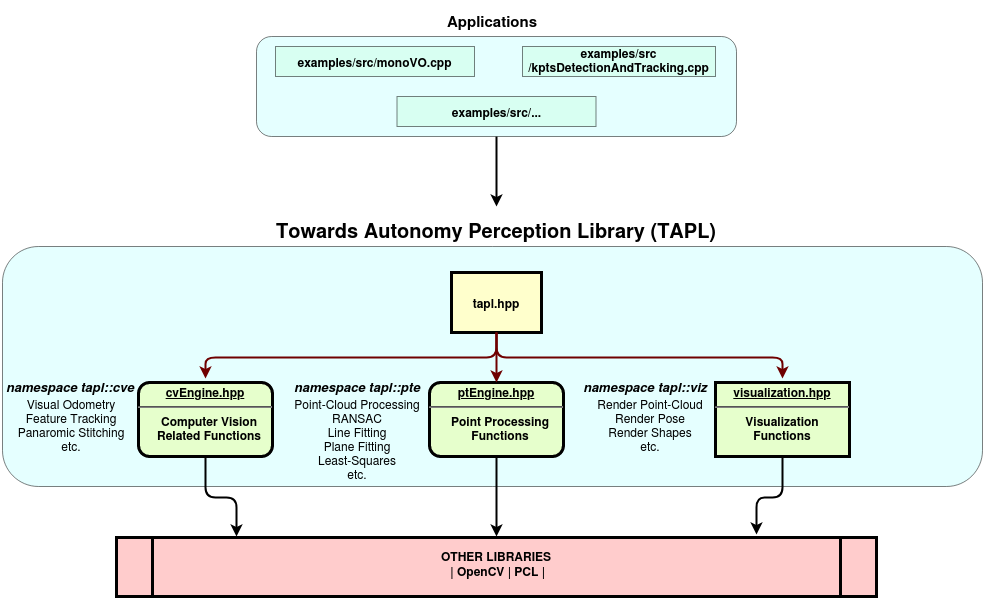
Above: doc/tapl_architecture.png in towardsautonomy/TAPL (draw.io), before the change. Source tidied: cells renumbered, new cells last; positions are measured from the earlier drawing's top-left corner, leaving out a move shared by most shapes.
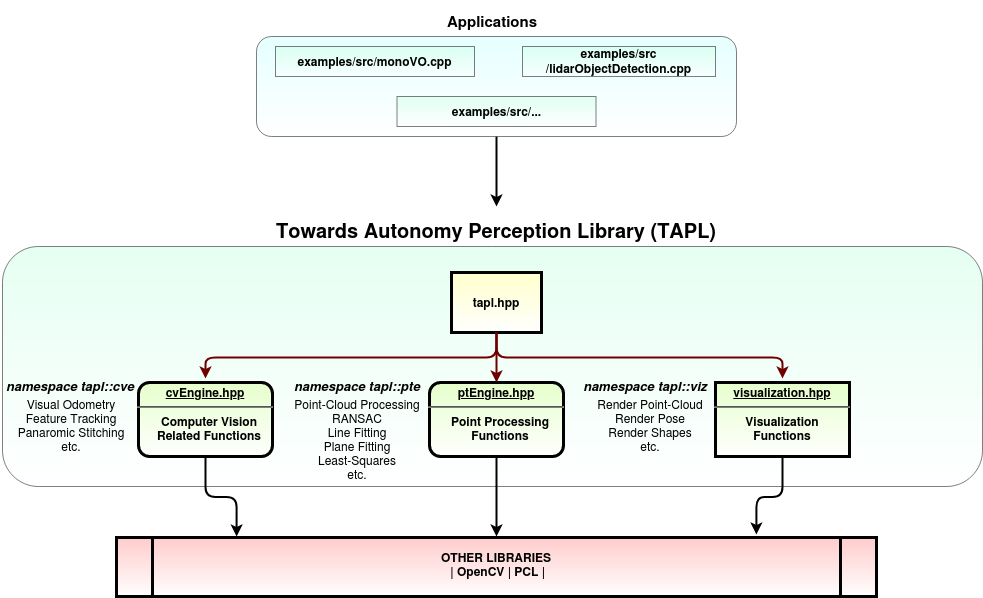
After the commit.

Diff of the diagram source:
```diff
@@ -2,19 +2,19 @@
   <root>
     <mxCell id="0" />
     <mxCell id="1" parent="0" />
-    <mxCell id="2" style="rounded=1;whiteSpace=wrap;html=1;fontSize=10;fillColor=#CCFFFF;opacity=50;" parent="1" vertex="1">
+    <mxCell id="2" style="rounded=1;whiteSpace=wrap;html=1;fontSize=10;fillColor=#CCFFE6;opacity=50;gradientColor=#ffffff;" parent="1" vertex="1">
       <mxGeometry x="2" y="240" width="980" height="240" as="geometry" />
     </mxCell>
     <mxCell id="3" style="edgeStyle=orthogonalEdgeStyle;rounded=1;jumpSize=6;jettySize=auto;html=0;exitX=0.5;exitY=1;exitDx=0;exitDy=0;entryX=0.158;entryY=-0.017;entryDx=0;entryDy=0;entryPerimeter=0;startSize=6;endSize=6;targetPerimeterSpacing=5;strokeWidth=2;fontSize=10;" parent="1" edge="1" source="4" target="6">
       <mxGeometry relative="1" as="geometry" />
     </mxCell>
-    <mxCell id="4" value="&lt;p style=&quot;margin: 0px ; margin-top: 4px ; text-align: center ; text-decoration: underline&quot;&gt;&lt;strong&gt;cvEngine.hpp&lt;br&gt;&lt;/strong&gt;&lt;/p&gt;&lt;hr&gt;&lt;p style=&quot;margin: 0px ; margin-left: 8px&quot;&gt;Computer Vision &lt;br&gt;&lt;/p&gt;&lt;p style=&quot;margin: 0px ; margin-left: 8px&quot;&gt;Related Functions&lt;br&gt;&lt;/p&gt;" style="verticalAlign=middle;align=center;overflow=fill;fontSize=12;fontFamily=Helvetica;html=1;rounded=1;fontStyle=1;strokeWidth=3;fillColor=#E6FFCC;" parent="1" vertex="1">
+    <mxCell id="4" value="&lt;p style=&quot;margin: 0px ; margin-top: 4px ; text-align: center ; text-decoration: underline&quot;&gt;&lt;strong&gt;cvEngine.hpp&lt;br&gt;&lt;/strong&gt;&lt;/p&gt;&lt;hr&gt;&lt;p style=&quot;margin: 0px ; margin-left: 8px&quot;&gt;Computer Vision &lt;br&gt;&lt;/p&gt;&lt;p style=&quot;margin: 0px ; margin-left: 8px&quot;&gt;Related Functions&lt;br&gt;&lt;/p&gt;" style="verticalAlign=middle;align=center;overflow=fill;fontSize=12;fontFamily=Helvetica;html=1;rounded=1;fontStyle=1;strokeWidth=3;fillColor=#E6FFCC;gradientColor=#ffffff;" parent="1" vertex="1">
       <mxGeometry x="138" y="376" width="134" height="74" as="geometry" />
     </mxCell>
-    <mxCell id="5" value="tapl.hpp" style="whiteSpace=wrap;align=center;verticalAlign=middle;fontStyle=1;strokeWidth=3;fillColor=#FFFFCC;" parent="1" vertex="1">
+    <mxCell id="5" value="tapl.hpp" style="whiteSpace=wrap;align=center;verticalAlign=middle;fontStyle=1;strokeWidth=3;fillColor=#FFFFCC;gradientColor=#ffffff;" parent="1" vertex="1">
       <mxGeometry x="451" y="266" width="90" height="60" as="geometry" />
     </mxCell>
-    <mxCell id="6" value="OTHER LIBRARIES &#10; | OpenCV | PCL |&#10;" style="shape=process;whiteSpace=wrap;align=center;verticalAlign=bottom;size=0.0475;fontStyle=1;strokeWidth=3;fillColor=#FFCCCC;" parent="1" vertex="1">
+    <mxCell id="6" value="OTHER LIBRARIES &#10; | OpenCV | PCL |&#10;" style="shape=process;whiteSpace=wrap;align=center;verticalAlign=bottom;size=0.0475;fontStyle=1;strokeWidth=3;fillColor=#FFCCCC;gradientColor=#ffffff;" parent="1" vertex="1">
       <mxGeometry x="116" y="531" width="760" height="59" as="geometry" />
     </mxCell>
     <mxCell id="7" value="Visual Odometry&#10;Feature Tracking&#10;Panaromic Stitching&#10;etc.&#10;" style="text;spacingTop=-5;align=center;" parent="1" vertex="1">
@@ -28,7 +28,7 @@
         <mxPoint x="496" y="530" as="targetPoint" />
       </mxGeometry>
     </mxCell>
-    <mxCell id="10" value="&lt;p style=&quot;margin: 0px ; margin-top: 4px ; text-align: center ; text-decoration: underline&quot;&gt;&lt;strong&gt;ptEngine.hpp&lt;br&gt;&lt;/strong&gt;&lt;/p&gt;&lt;hr&gt;&lt;p style=&quot;margin: 0px ; margin-left: 8px&quot;&gt;Point Processing&lt;/p&gt;&lt;p style=&quot;margin: 0px ; margin-left: 8px&quot;&gt;Functions&lt;br&gt;&lt;/p&gt;" style="verticalAlign=middle;align=center;overflow=fill;fontSize=12;fontFamily=Helvetica;html=1;rounded=1;fontStyle=1;strokeWidth=3;fillColor=#E6FFCC;" parent="1" vertex="1">
+    <mxCell id="10" value="&lt;p style=&quot;margin: 0px ; margin-top: 4px ; text-align: center ; text-decoration: underline&quot;&gt;&lt;strong&gt;ptEngine.hpp&lt;br&gt;&lt;/strong&gt;&lt;/p&gt;&lt;hr&gt;&lt;p style=&quot;margin: 0px ; margin-left: 8px&quot;&gt;Point Processing&lt;/p&gt;&lt;p style=&quot;margin: 0px ; margin-left: 8px&quot;&gt;Functions&lt;br&gt;&lt;/p&gt;" style="verticalAlign=middle;align=center;overflow=fill;fontSize=12;fontFamily=Helvetica;html=1;rounded=1;fontStyle=1;strokeWidth=3;fillColor=#E6FFCC;gradientColor=#ffffff;" parent="1" vertex="1">
       <mxGeometry x="429" y="376" width="134" height="74" as="geometry" />
     </mxCell>
     <mxCell id="11" style="edgeStyle=orthogonalEdgeStyle;elbow=horizontal;endArrow=classic;html=1;exitX=0.5;exitY=1;exitDx=0;exitDy=0;fillColor=#a20025;strokeColor=#6F0000;jumpSize=6;endSize=6;startSize=6;targetPerimeterSpacing=4;entryX=0.5;entryY=0;entryDx=0;entryDy=0;strokeWidth=2;" parent="1" edge="1" source="5" target="10">
@@ -40,7 +40,7 @@
     <mxCell id="13" style="edgeStyle=orthogonalEdgeStyle;rounded=1;jumpSize=6;jettySize=auto;html=0;entryX=0.842;entryY=-0.051;entryDx=0;entryDy=0;entryPerimeter=0;startSize=6;endSize=6;targetPerimeterSpacing=5;strokeWidth=2;fontSize=10;" parent="1" edge="1" source="14" target="6">
       <mxGeometry relative="1" as="geometry" />
     </mxCell>
-    <mxCell id="14" value="&lt;p style=&quot;margin: 0px ; margin-top: 4px ; text-align: center ; text-decoration: underline&quot;&gt;&lt;strong&gt;visualization.hpp&lt;br&gt;&lt;/strong&gt;&lt;/p&gt;&lt;hr&gt;&lt;div&gt;Visualization &lt;br&gt;&lt;/div&gt;&lt;div&gt;Functions&lt;/div&gt;" style="verticalAlign=middle;align=center;overflow=fill;fontSize=12;fontFamily=Helvetica;html=1;rounded=1;fontStyle=1;strokeWidth=3;fillColor=#E6FFCC;arcSize=0;" parent="1" vertex="1">
+    <mxCell id="14" value="&lt;p style=&quot;margin: 0px ; margin-top: 4px ; text-align: center ; text-decoration: underline&quot;&gt;&lt;strong&gt;visualization.hpp&lt;br&gt;&lt;/strong&gt;&lt;/p&gt;&lt;hr&gt;&lt;div&gt;Visualization &lt;br&gt;&lt;/div&gt;&lt;div&gt;Functions&lt;/div&gt;" style="verticalAlign=middle;align=center;overflow=fill;fontSize=12;fontFamily=Helvetica;html=1;rounded=1;fontStyle=1;strokeWidth=3;fillColor=#E6FFCC;arcSize=0;gradientColor=#ffffff;" parent="1" vertex="1">
       <mxGeometry x="715" y="376" width="134" height="74" as="geometry" />
     </mxCell>
     <mxCell id="15" value="Render Point-Cloud&#10;Render Pose&#10;Render Shapes&#10;etc.&#10;" style="text;spacingTop=-5;align=center;" parent="1" vertex="1">
@@ -57,19 +57,19 @@
         <mxPoint x="496" y="200" as="targetPoint" />
       </mxGeometry>
     </mxCell>
-    <mxCell id="19" style="rounded=1;whiteSpace=wrap;html=1;fontSize=10;fillColor=#CCFFFF;opacity=50;" parent="1" vertex="1">
+    <mxCell id="19" style="rounded=1;whiteSpace=wrap;html=1;fontSize=10;fillColor=#CCFFFF;opacity=50;gradientColor=#ffffff;" parent="1" vertex="1">
       <mxGeometry x="256" y="30" width="480" height="100" as="geometry" />
     </mxCell>
     <mxCell id="20" value="&lt;h2&gt;Applications&lt;/h2&gt;" style="text;html=1;strokeColor=none;fillColor=none;align=center;verticalAlign=middle;whiteSpace=wrap;rounded=0;fontSize=10;opacity=50;" parent="1" vertex="1">
       <mxGeometry x="27" width="930" height="30" as="geometry" />
     </mxCell>
-    <mxCell id="21" value="&lt;font style=&quot;font-size: 12px&quot;&gt;&lt;b&gt;examples/src/monoVO.cpp&lt;/b&gt;&lt;/font&gt;" style="rounded=0;whiteSpace=wrap;html=1;fillColor=#CCFFE6;fontSize=10;opacity=50;" parent="1" vertex="1">
+    <mxCell id="21" value="&lt;font style=&quot;font-size: 12px&quot;&gt;&lt;b&gt;examples/src/monoVO.cpp&lt;/b&gt;&lt;/font&gt;" style="rounded=0;whiteSpace=wrap;html=1;fillColor=#CCFFE6;fontSize=10;opacity=50;gradientColor=#ffffff;" parent="1" vertex="1">
       <mxGeometry x="275" y="40" width="199" height="30" as="geometry" />
     </mxCell>
-    <mxCell id="22" value="&lt;font style=&quot;font-size: 12px&quot;&gt;&lt;b&gt;examples/src/kptsDetectionAndTracking.cpp&lt;/b&gt;&lt;/font&gt;" style="rounded=0;whiteSpace=wrap;html=1;fillColor=#CCFFE6;fontSize=10;opacity=50;" parent="1" vertex="1">
+    <mxCell id="22" value="&lt;font style=&quot;font-size: 12px&quot;&gt;&lt;b&gt;examples/src/lidarObjectDetection.cpp&lt;/b&gt;&lt;/font&gt;" style="rounded=0;whiteSpace=wrap;html=1;fillColor=#CCFFE6;fontSize=10;opacity=50;gradientColor=#ffffff;" parent="1" vertex="1">
       <mxGeometry x="522" y="40" width="193" height="30" as="geometry" />
     </mxCell>
-    <mxCell id="23" value="&lt;font style=&quot;font-size: 12px&quot;&gt;&lt;b&gt;examples/src/...&lt;/b&gt;&lt;/font&gt;" style="rounded=0;whiteSpace=wrap;html=1;fillColor=#CCFFE6;fontSize=10;opacity=50;" parent="1" vertex="1">
+    <mxCell id="23" value="&lt;font style=&quot;font-size: 12px&quot;&gt;&lt;b&gt;examples/src/...&lt;/b&gt;&lt;/font&gt;" style="rounded=0;whiteSpace=wrap;html=1;fillColor=#CCFFE6;fontSize=10;opacity=50;gradientColor=#ffffff;" parent="1" vertex="1">
       <mxGeometry x="396.5" y="90" width="199" height="30" as="geometry" />
     </mxCell>
     <mxCell id="24" value="&lt;font style=&quot;font-size: 13px&quot;&gt;&lt;i&gt;&lt;b&gt;namespace tapl::cve&lt;/b&gt;&lt;/i&gt;&lt;/font&gt;" style="text;html=1;strokeColor=none;fillColor=none;align=center;verticalAlign=middle;whiteSpace=wrap;rounded=0;" parent="1" vertex="1">
```
